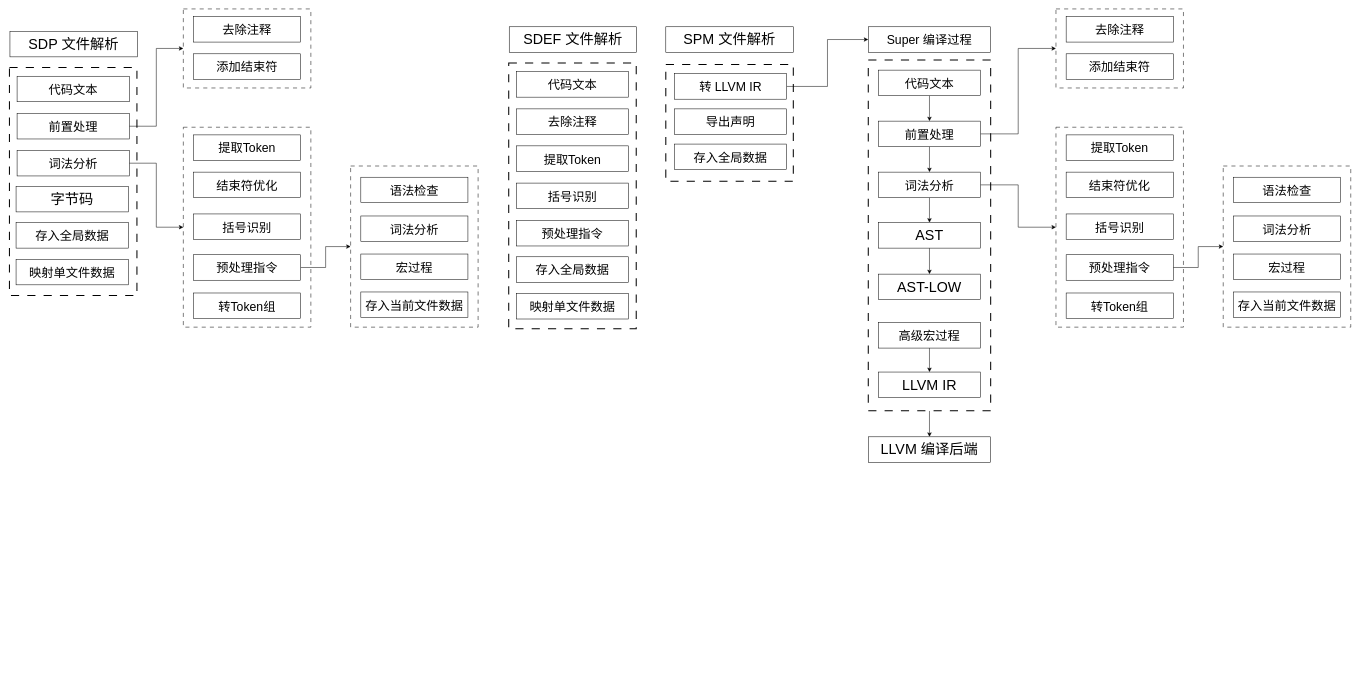
The draw.io diagram page "Super 编译过程" (1 of 3) of Doc/编译/Super流程图.drawio in SQJM/Super-Language, before the edit. Source tidied: cells renumbered, new cells numbered last; positions are measured from the earlier drawing's top-left corner, leaving out a move shared by most shapes. Both pictures are drawn from the tidied source at 51%, with x=0, y=0 at pixel (9, 9).
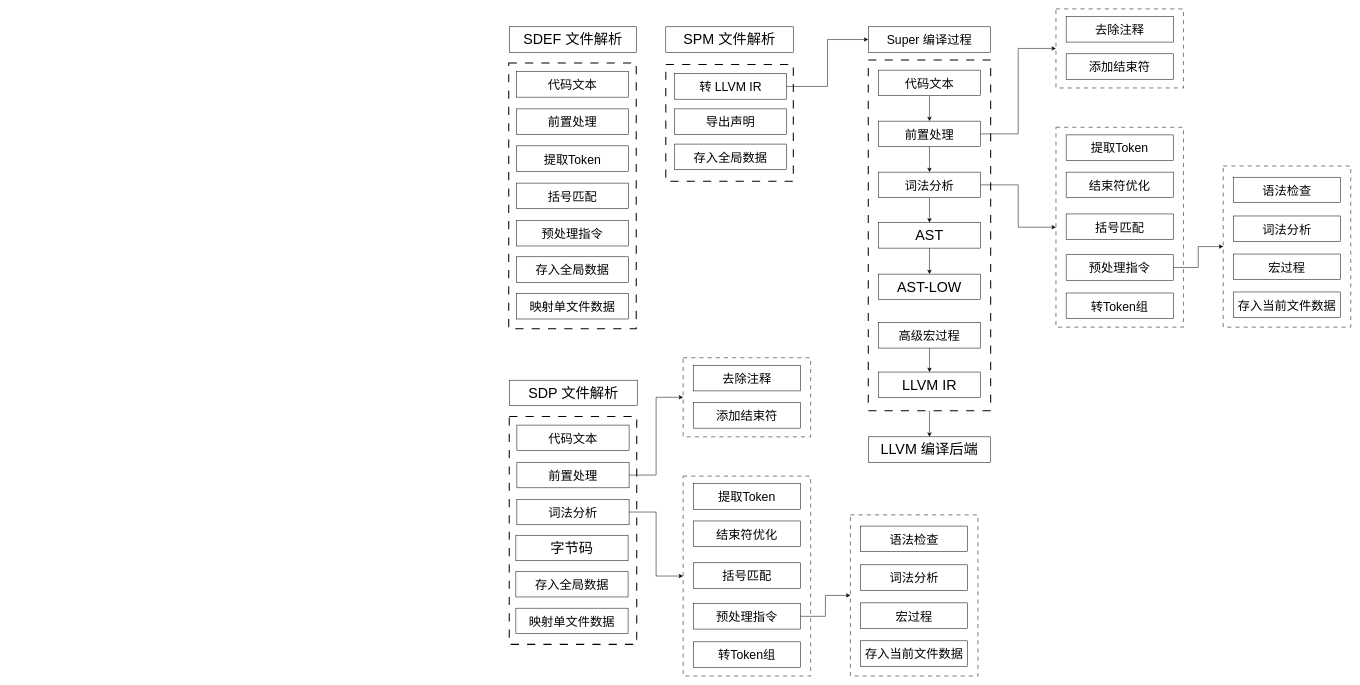
The same page after the edit.

Change to the diagram source:
```diff
@@
-    <mxCell id="21" value="&lt;span style=&quot;font-size: 24px;&quot;&gt;括号识别&lt;/span&gt;" style="html=1;whiteSpace=wrap;fontSize=28;" parent="1" vertex="1">
+    <mxCell id="21" value="&lt;span style=&quot;font-size: 24px;&quot;&gt;括号匹配&lt;/span&gt;" style="html=1;whiteSpace=wrap;fontSize=28;" parent="1" vertex="1">
       <mxGeometry x="2072" y="402" width="210" height="50" as="geometry" />
     </mxCell>
@@
-    <mxCell id="40" value="&lt;span style=&quot;font-size: 24px;&quot;&gt;去除注释&lt;/span&gt;" style="html=1;whiteSpace=wrap;fontSize=28;" parent="1" vertex="1">
+    <mxCell id="40" value="&lt;span style=&quot;font-size: 24px;&quot;&gt;前置处理&lt;/span&gt;" style="html=1;whiteSpace=wrap;fontSize=28;" parent="1" vertex="1">
       <mxGeometry x="994" y="196" width="220" height="50" as="geometry" />
     </mxCell>
@@
-    <mxCell id="42" value="&lt;span style=&quot;font-size: 24px;&quot;&gt;括号识别&lt;/span&gt;" style="html=1;whiteSpace=wrap;fontSize=28;" parent="1" vertex="1">
+    <mxCell id="42" value="&lt;span style=&quot;font-size: 24px;&quot;&gt;括号匹配&lt;/span&gt;" style="html=1;whiteSpace=wrap;fontSize=28;" parent="1" vertex="1">
       <mxGeometry x="994" y="341.5" width="220" height="50" as="geometry" />
     </mxCell>
@@
     <mxCell id="52" value="SDP 文件解析" style="html=1;whiteSpace=wrap;fontSize=28;" parent="1" vertex="1">
-      <mxGeometry x="1" y="44" width="250" height="50" as="geometry" />
+      <mxGeometry x="981" y="728" width="250" height="50" as="geometry" />
     </mxCell>
     <mxCell id="53" style="rounded=0;whiteSpace=wrap;html=1;dashed=1;dashPattern=8 8;strokeWidth=2;" parent="1" vertex="1">
-      <mxGeometry y="115" width="250" height="447" as="geometry" />
+      <mxGeometry x="980" y="799" width="250" height="447" as="geometry" />
     </mxCell>
     <mxCell id="54" value="&lt;span style=&quot;font-size: 24px;&quot;&gt;代码文本&lt;/span&gt;" style="html=1;whiteSpace=wrap;fontSize=28;" parent="1" vertex="1">
-      <mxGeometry x="15" y="132" width="220" height="50" as="geometry" />
+      <mxGeometry x="995" y="816" width="220" height="50" as="geometry" />
     </mxCell>
@@
     <mxCell id="56" value="&lt;span style=&quot;font-size: 24px;&quot;&gt;前置处理&lt;/span&gt;" style="html=1;whiteSpace=wrap;fontSize=28;" parent="1" vertex="1">
-      <mxGeometry x="15" y="205" width="220" height="50" as="geometry" />
+      <mxGeometry x="995" y="889" width="220" height="50" as="geometry" />
     </mxCell>
@@
     <mxCell id="58" value="&lt;span style=&quot;font-size: 24px;&quot;&gt;词法分析&lt;/span&gt;" style="html=1;whiteSpace=wrap;fontSize=28;" parent="1" vertex="1">
-      <mxGeometry x="15" y="277.5" width="220" height="50" as="geometry" />
+      <mxGeometry x="995" y="961.5" width="220" height="50" as="geometry" />
     </mxCell>
     <mxCell id="59" value="&lt;font style=&quot;font-size: 24px;&quot;&gt;存入全局数据&lt;/font&gt;" style="html=1;whiteSpace=wrap;fontSize=28;" parent="1" vertex="1">
-      <mxGeometry x="13" y="419" width="220" height="50" as="geometry" />
+      <mxGeometry x="993" y="1103" width="220" height="50" as="geometry" />
     </mxCell>
     <mxCell id="60" value="&lt;span style=&quot;font-size: 24px;&quot;&gt;映射单文件数据&lt;/span&gt;" style="html=1;whiteSpace=wrap;fontSize=28;" parent="1" vertex="1">
-      <mxGeometry x="13" y="491" width="220" height="50" as="geometry" />
+      <mxGeometry x="993" y="1175" width="220" height="50" as="geometry" />
     </mxCell>
@@
     <mxCell id="63" value="字节码" style="html=1;whiteSpace=wrap;fontSize=28;" parent="1" vertex="1">
-      <mxGeometry x="13" y="348" width="220" height="50" as="geometry" />
+      <mxGeometry x="993" y="1032" width="220" height="50" as="geometry" />
     </mxCell>
     <mxCell id="64" style="rounded=0;whiteSpace=wrap;html=1;dashed=1;dashPattern=8 8;" parent="1" vertex="1">
-      <mxGeometry x="341" y="232" width="250" height="392" as="geometry" />
+      <mxGeometry x="1321" y="916" width="250" height="392" as="geometry" />
     </mxCell>
     <mxCell id="65" value="&lt;span style=&quot;font-size: 24px;&quot;&gt;提取Token&lt;/span&gt;" style="html=1;whiteSpace=wrap;fontSize=28;" parent="1" vertex="1">
-      <mxGeometry x="361" y="247" width="210" height="50" as="geometry" />
+      <mxGeometry x="1341" y="931" width="210" height="50" as="geometry" />
     </mxCell>
     <mxCell id="66" value="&lt;span style=&quot;font-size: 24px;&quot;&gt;结束符优化&lt;/span&gt;" style="html=1;whiteSpace=wrap;fontSize=28;" parent="1" vertex="1">
-      <mxGeometry x="361" y="320" width="210" height="50" as="geometry" />
+      <mxGeometry x="1341" y="1004" width="210" height="50" as="geometry" />
     </mxCell>
-    <mxCell id="67" value="&lt;span style=&quot;font-size: 24px;&quot;&gt;括号识别&lt;/span&gt;" style="html=1;whiteSpace=wrap;fontSize=28;" parent="1" vertex="1">
-      <mxGeometry x="361" y="402" width="210" height="50" as="geometry" />
+    <mxCell id="67" value="&lt;span style=&quot;font-size: 24px;&quot;&gt;括号匹配&lt;/span&gt;" style="html=1;whiteSpace=wrap;fontSize=28;" parent="1" vertex="1">
+      <mxGeometry x="1341" y="1086" width="210" height="50" as="geometry" />
     </mxCell>
     <mxCell id="68" style="rounded=0;whiteSpace=wrap;html=1;dashed=1;dashPattern=8 8;" parent="1" vertex="1">
-      <mxGeometry x="341" width="250" height="155" as="geometry" />
+      <mxGeometry x="1321" y="684" width="250" height="155" as="geometry" />
     </mxCell>
     <mxCell id="69" value="&lt;span style=&quot;font-size: 24px;&quot;&gt;去除注释&lt;/span&gt;" style="html=1;whiteSpace=wrap;fontSize=28;" parent="1" vertex="1">
-      <mxGeometry x="361" y="15" width="210" height="50" as="geometry" />
+      <mxGeometry x="1341" y="699" width="210" height="50" as="geometry" />
     </mxCell>
     <mxCell id="70" value="&lt;span style=&quot;font-size: 24px;&quot;&gt;添加结束符&lt;/span&gt;" style="html=1;whiteSpace=wrap;fontSize=28;" parent="1" vertex="1">
-      <mxGeometry x="361" y="88" width="210" height="50" as="geometry" />
+      <mxGeometry x="1341" y="772" width="210" height="50" as="geometry" />
     </mxCell>
     <mxCell id="71" style="rounded=0;whiteSpace=wrap;html=1;dashed=1;dashPattern=8 8;" parent="1" vertex="1">
-      <mxGeometry x="669" y="308" width="250" height="316" as="geometry" />
+      <mxGeometry x="1649" y="992" width="250" height="316" as="geometry" />
     </mxCell>
     <mxCell id="72" value="&lt;span style=&quot;font-size: 24px;&quot;&gt;语法检查&lt;/span&gt;" style="html=1;whiteSpace=wrap;fontSize=28;" parent="1" vertex="1">
-      <mxGeometry x="689" y="330" width="210" height="50" as="geometry" />
+      <mxGeometry x="1669" y="1014" width="210" height="50" as="geometry" />
     </mxCell>
     <mxCell id="73" value="&lt;span style=&quot;font-size: 24px;&quot;&gt;词法分析&lt;/span&gt;" style="html=1;whiteSpace=wrap;fontSize=28;" parent="1" vertex="1">
-      <mxGeometry x="689" y="406" width="210" height="50" as="geometry" />
+      <mxGeometry x="1669" y="1090" width="210" height="50" as="geometry" />
     </mxCell>
     <mxCell id="74" value="&lt;span style=&quot;font-size: 24px;&quot;&gt;存入&lt;/span&gt;&lt;span style=&quot;font-size: 24px;&quot;&gt;当前文件数据&lt;/span&gt;" style="html=1;whiteSpace=wrap;fontSize=28;" parent="1" vertex="1">
-      <mxGeometry x="689" y="555" width="210" height="50" as="geometry" />
+      <mxGeometry x="1669" y="1239" width="210" height="50" as="geometry" />
     </mxCell>
     <mxCell id="75" value="&lt;span style=&quot;font-size: 24px;&quot;&gt;宏过程&lt;/span&gt;" style="html=1;whiteSpace=wrap;fontSize=28;" parent="1" vertex="1">
-      <mxGeometry x="689" y="480.6" width="210" height="50" as="geometry" />
+      <mxGeometry x="1669" y="1164.6" width="210" height="50" as="geometry" />
     </mxCell>
@@
     <mxCell id="77" value="&lt;span style=&quot;font-size: 24px;&quot;&gt;预处理指令&lt;/span&gt;" style="html=1;whiteSpace=wrap;fontSize=28;" parent="1" vertex="1">
-      <mxGeometry x="361" y="482" width="210" height="50" as="geometry" />
+      <mxGeometry x="1341" y="1166" width="210" height="50" as="geometry" />
     </mxCell>
     <mxCell id="78" value="&lt;span style=&quot;font-size: 24px;&quot;&gt;转Token组&lt;/span&gt;" style="html=1;whiteSpace=wrap;fontSize=28;" parent="1" vertex="1">
-      <mxGeometry x="361" y="557" width="210" height="50" as="geometry" />
+      <mxGeometry x="1341" y="1241" width="210" height="50" as="geometry" />
     </mxCell>
```
